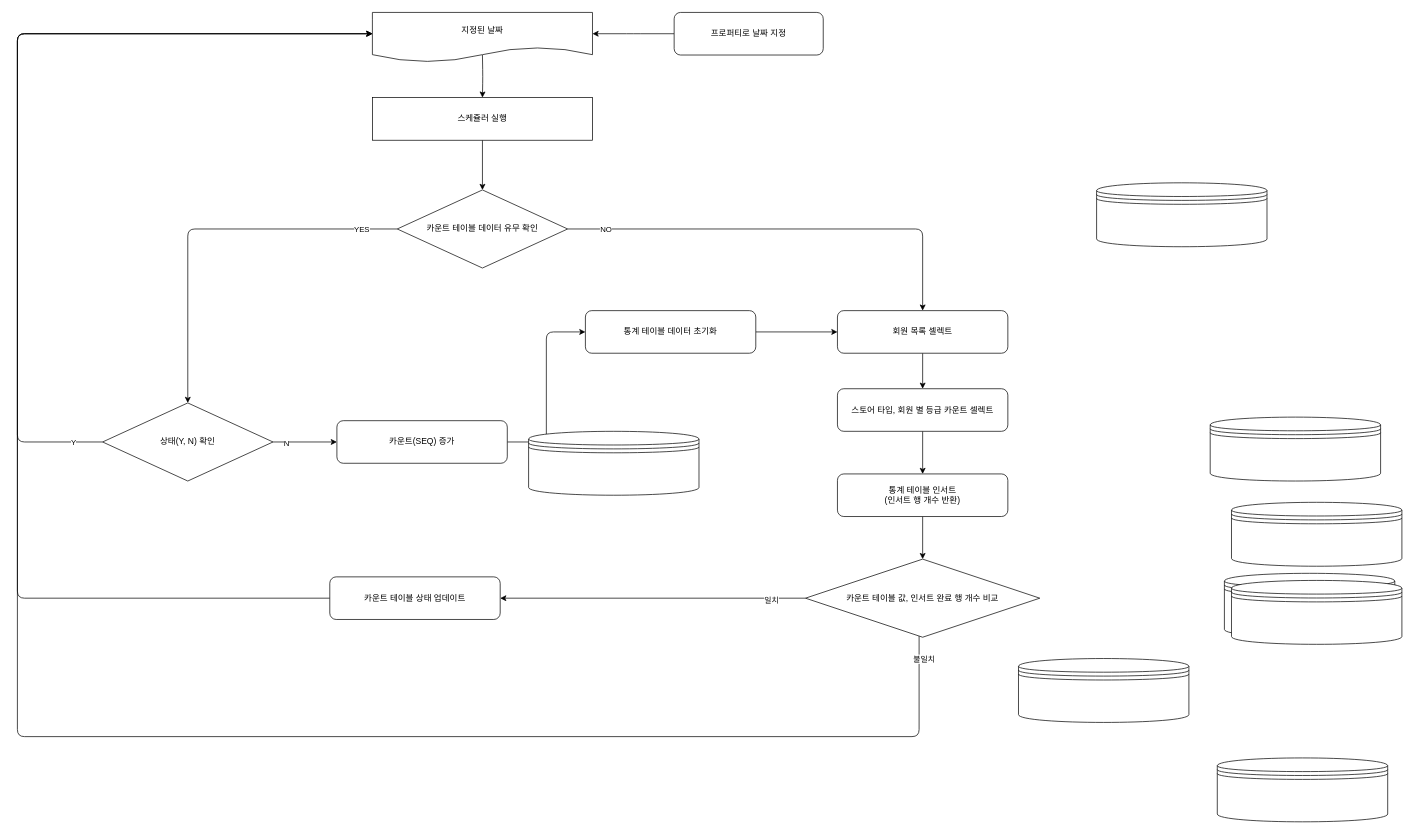
Above: Untitled Diagram.drawio in lchj333/Algorism_practice (draw.io), before the change. Source tidied: cells renumbered, new cells numbered last; positions are measured from the earlier drawing's top-left corner, leaving out a move shared by most shapes. Both pictures are drawn from the tidied source at 71%, with x=0, y=0 at pixel (17, 12).
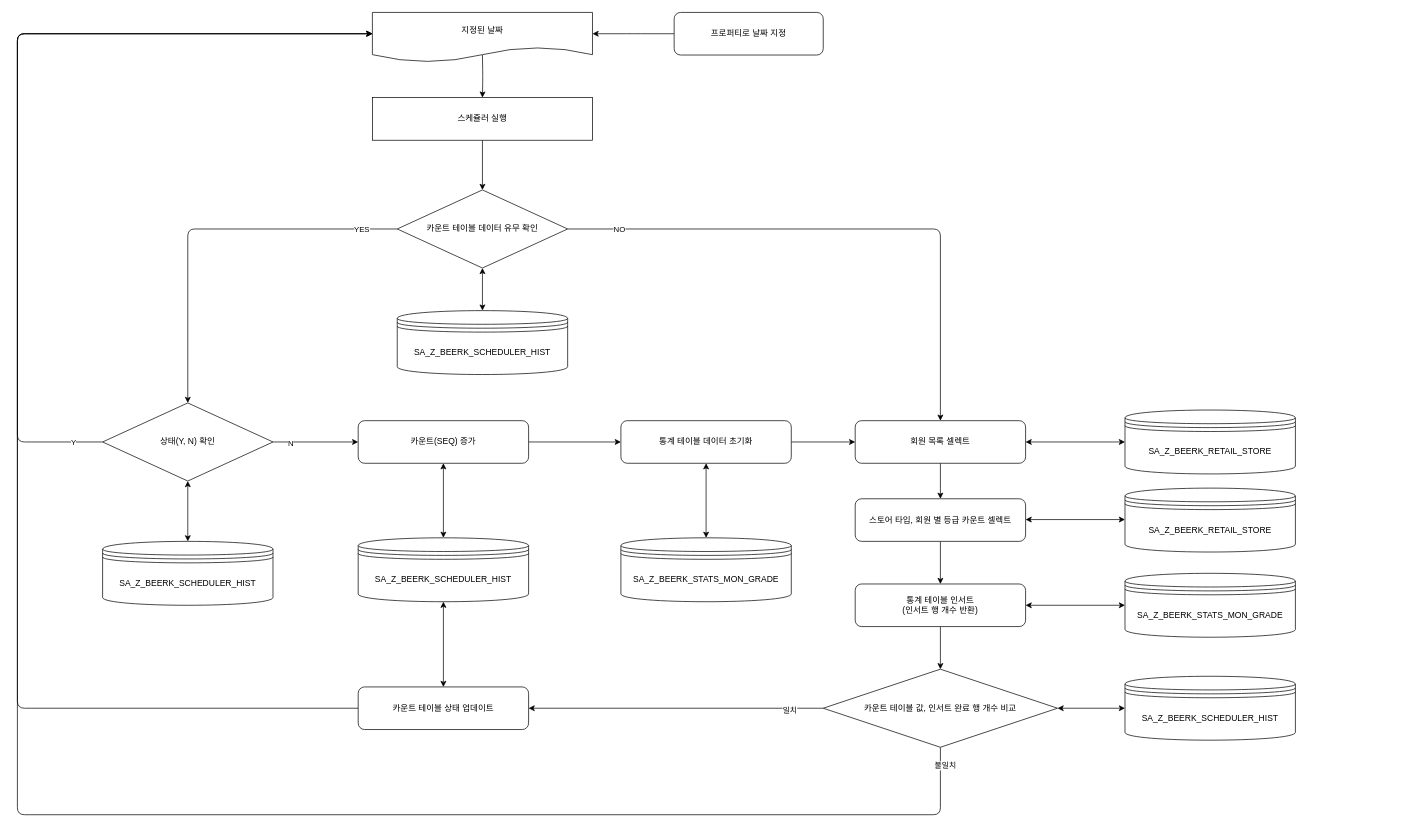
Above is the later version.

The change refers to these unchanged cells:
```xml
<mxCell id="6" value="카운트 테이블 데이터 유무 확인" style="rhombus;whiteSpace=wrap;html=1;rounded=0;sketch=0;" parent="1" vertex="1">
  <mxGeometry x="535" y="250" width="240" height="110" as="geometry" />
</mxCell>
<mxCell id="18" value="상태(Y, N) 확인" style="rhombus;whiteSpace=wrap;html=1;rounded=0;sketch=0;" parent="1" vertex="1">
  <mxGeometry x="120" y="550" width="240" height="110" as="geometry" />
</mxCell>
```

What changed in the source:
```diff
@@
     <mxCell id="13" value="회원 목록 셀렉트" style="rounded=1;whiteSpace=wrap;html=1;sketch=0;" parent="1" vertex="1">
-      <mxGeometry x="1155" y="420" width="240" height="60" as="geometry" />
+      <mxGeometry x="1180" y="575" width="240" height="60" as="geometry" />
     </mxCell>
@@
     <mxCell id="20" value="카운트(SEQ) 증가" style="rounded=1;whiteSpace=wrap;html=1;sketch=0;" parent="1" vertex="1">
-      <mxGeometry x="450" y="575" width="240" height="60" as="geometry" />
+      <mxGeometry x="480" y="575" width="240" height="60" as="geometry" />
     </mxCell>
@@
     <mxCell id="22" value="통계 테이블 데이터 초기화" style="rounded=1;whiteSpace=wrap;html=1;sketch=0;" parent="1" vertex="1">
-      <mxGeometry x="800" y="420" width="240" height="60" as="geometry" />
+      <mxGeometry x="850" y="575" width="240" height="60" as="geometry" />
     </mxCell>
     <mxCell id="23" style="edgeStyle=orthogonalEdgeStyle;curved=0;rounded=1;sketch=0;jettySize=auto;html=1;entryX=0;entryY=0.5;entryDx=0;entryDy=0;" parent="1" edge="1" source="24">
       <mxGeometry relative="1" as="geometry">
         <mxPoint x="500" y="30" as="targetPoint" />
         <Array as="points">
-          <mxPoint y="825" />
+          <mxPoint y="980" />
           <mxPoint y="30" />
         </Array>
       </mxGeometry>
     </mxCell>
     <mxCell id="24" value="카운트 테이블 상태 업데이트" style="rounded=1;whiteSpace=wrap;html=1;sketch=0;" parent="1" vertex="1">
-      <mxGeometry x="440" y="795" width="240" height="60" as="geometry" />
+      <mxGeometry x="480" y="950" width="240" height="60" as="geometry" />
     </mxCell>
@@
     <mxCell id="26" value="통계 테이블 인서트&lt;br&gt;(인서트 행 개수 반환)" style="rounded=1;whiteSpace=wrap;html=1;sketch=0;" parent="1" vertex="1">
-      <mxGeometry x="1155" y="650" width="240" height="60" as="geometry" />
+      <mxGeometry x="1180" y="805" width="240" height="60" as="geometry" />
     </mxCell>
@@
     <mxCell id="28" value="스토어 타입, 회원 별 등급 카운트 셀렉트" style="rounded=1;whiteSpace=wrap;html=1;sketch=0;" parent="1" vertex="1">
-      <mxGeometry x="1155" y="530" width="240" height="60" as="geometry" />
+      <mxGeometry x="1180" y="685" width="240" height="60" as="geometry" />
     </mxCell>
@@
     <mxCell id="31" style="edgeStyle=orthogonalEdgeStyle;curved=0;rounded=1;sketch=0;jettySize=auto;html=1;entryX=0;entryY=0.5;entryDx=0;entryDy=0;" parent="1" edge="1" source="33">
       <mxGeometry relative="1" as="geometry">
         <mxPoint x="500" y="30" as="targetPoint" />
         <Array as="points">
-          <mxPoint x="1270" y="1020" />
-          <mxPoint y="1020" />
+          <mxPoint x="1300" y="1130" />
+          <mxPoint y="1130" />
           <mxPoint y="30" />
         </Array>
       </mxGeometry>
     </mxCell>
     <mxCell id="32" value="불일치" style="edgeLabel;html=1;align=center;verticalAlign=middle;" parent="31" vertex="1">
       <mxGeometry x="-0.76" y="-2" relative="1" as="geometry">
-        <mxPoint x="212.6" y="-108" as="offset" />
+        <mxPoint x="270.7" y="-68" as="offset" />
       </mxGeometry>
     </mxCell>
     <mxCell id="33" value="카운트 테이블 값, 인서트 완료 행 개수 비교" style="rhombus;whiteSpace=wrap;html=1;rounded=0;sketch=0;" parent="1" vertex="1">
-      <mxGeometry x="1110" y="770" width="330" height="110" as="geometry" />
+      <mxGeometry x="1135" y="925" width="330" height="110" as="geometry" />
     </mxCell>
@@
-    <mxCell id="35" style="shape=datastore;whiteSpace=wrap;html=1;rounded=0;sketch=0;" parent="1" vertex="1">
-      <mxGeometry x="1710" y="690" width="240" height="90" as="geometry" />
+    <mxCell id="35" value="SA_Z_BEERK_RETAIL_STORE" style="shape=datastore;whiteSpace=wrap;html=1;rounded=0;sketch=0;" parent="1" vertex="1">
+      <mxGeometry x="1560" y="670" width="240" height="90" as="geometry" />
     </mxCell>
-    <mxCell id="36" style="shape=datastore;whiteSpace=wrap;html=1;rounded=0;sketch=0;" parent="1" vertex="1">
-      <mxGeometry x="1680" y="570" width="240" height="90" as="geometry" />
+    <mxCell id="36" value="SA_Z_BEERK_RETAIL_STORE" style="shape=datastore;whiteSpace=wrap;html=1;rounded=0;sketch=0;" parent="1" vertex="1">
+      <mxGeometry x="1560" y="560" width="240" height="90" as="geometry" />
     </mxCell>
-    <mxCell id="37" style="shape=datastore;whiteSpace=wrap;html=1;rounded=0;sketch=0;" parent="1" vertex="1">
-      <mxGeometry x="1700" y="790" width="240" height="90" as="geometry" />
+    <mxCell id="37" value="&lt;span&gt;SA_Z_BEERK_SCHEDULER_HIST&lt;/span&gt;" style="shape=datastore;whiteSpace=wrap;html=1;rounded=0;sketch=0;" parent="1" vertex="1">
+      <mxGeometry x="1560" y="935" width="240" height="90" as="geometry" />
     </mxCell>
-    <mxCell id="38" style="shape=datastore;whiteSpace=wrap;html=1;rounded=0;sketch=0;" parent="1" vertex="1">
-      <mxGeometry x="1710" y="800" width="240" height="90" as="geometry" />
+    <mxCell id="38" value="SA_Z_BEERK_STATS_MON_GRADE" style="shape=datastore;whiteSpace=wrap;html=1;rounded=0;sketch=0;" parent="1" vertex="1">
+      <mxGeometry x="1560" y="790" width="240" height="90" as="geometry" />
     </mxCell>
-    <mxCell id="39" style="shape=datastore;whiteSpace=wrap;html=1;rounded=0;sketch=0;" parent="1" vertex="1">
-      <mxGeometry x="720" y="590" width="240" height="90" as="geometry" />
+    <mxCell id="39" value="&lt;span&gt;SA_Z_BEERK_SCHEDULER_HIST&lt;/span&gt;" style="shape=datastore;whiteSpace=wrap;html=1;rounded=0;sketch=0;" parent="1" vertex="1">
+      <mxGeometry x="120" y="745" width="240" height="90" as="geometry" />
     </mxCell>
-    <mxCell id="40" style="shape=datastore;whiteSpace=wrap;html=1;rounded=0;sketch=0;" parent="1" vertex="1">
-      <mxGeometry x="1410" y="910" width="240" height="90" as="geometry" />
-    </mxCell>
-    <mxCell id="41" style="shape=datastore;whiteSpace=wrap;html=1;rounded=0;sketch=0;" parent="1" vertex="1">
-      <mxGeometry x="1690" y="1050" width="240" height="90" as="geometry" />
+    <mxCell id="41" value="SA_Z_BEERK_SCHEDULER_HIST" style="shape=datastore;whiteSpace=wrap;html=1;rounded=0;sketch=0;" parent="1" vertex="1">
+      <mxGeometry x="535" y="420" width="240" height="90" as="geometry" />
     </mxCell>
-    <mxCell id="42" style="shape=datastore;whiteSpace=wrap;html=1;rounded=0;sketch=0;" parent="1" vertex="1">
-      <mxGeometry x="1520" y="240" width="240" height="90" as="geometry" />
+    <mxCell id="42" value="SA_Z_BEERK_STATS_MON_GRADE" style="shape=datastore;whiteSpace=wrap;html=1;rounded=0;sketch=0;" parent="1" vertex="1">
+      <mxGeometry x="850" y="740" width="240" height="90" as="geometry" />
     </mxCell>
+    <mxCell id="43" style="endArrow=classic;startArrow=classic;html=1;exitX=0.5;exitY=0;exitDx=0;exitDy=0;entryX=0.5;entryY=1;entryDx=0;entryDy=0;" parent="1" edge="1" source="39" target="18">
+      <mxGeometry relative="1" as="geometry" />
+    </mxCell>
+    <mxCell id="44" style="endArrow=classic;startArrow=classic;html=1;exitX=0.5;exitY=0;exitDx=0;exitDy=0;entryX=0.5;entryY=1;entryDx=0;entryDy=0;" parent="1" edge="1" source="41" target="6">
+      <mxGeometry relative="1" as="geometry" />
+    </mxCell>
+    <mxCell id="45" style="endArrow=classic;startArrow=classic;html=1;exitX=0;exitY=0.5;exitDx=0;exitDy=0;entryX=1;entryY=0.5;entryDx=0;entryDy=0;" parent="1" edge="1" source="36" target="13">
+      <mxGeometry relative="1" as="geometry" />
+    </mxCell>
+    <mxCell id="46" style="endArrow=classic;startArrow=classic;html=1;exitX=0;exitY=0.5;exitDx=0;exitDy=0;entryX=1;entryY=0.5;entryDx=0;entryDy=0;" parent="1" edge="1" source="37" target="33">
+      <mxGeometry relative="1" as="geometry" />
+    </mxCell>
+    <mxCell id="47" style="endArrow=classic;startArrow=classic;html=1;exitX=0;exitY=0.5;exitDx=0;exitDy=0;entryX=1;entryY=0.5;entryDx=0;entryDy=0;" parent="1" edge="1">
+      <mxGeometry relative="1" as="geometry">
+        <mxPoint x="1560" y="714.3" as="sourcePoint" />
+        <mxPoint x="1420" y="714.3" as="targetPoint" />
+      </mxGeometry>
+    </mxCell>
+    <mxCell id="48" style="endArrow=classic;startArrow=classic;html=1;exitX=0;exitY=0.5;exitDx=0;exitDy=0;entryX=1;entryY=0.5;entryDx=0;entryDy=0;" parent="1" edge="1">
+      <mxGeometry relative="1" as="geometry">
+        <mxPoint x="1560" y="835" as="sourcePoint" />
+        <mxPoint x="1420" y="835" as="targetPoint" />
+      </mxGeometry>
+    </mxCell>
+    <mxCell id="49" value="SA_Z_BEERK_SCHEDULER_HIST" style="shape=datastore;whiteSpace=wrap;html=1;rounded=0;sketch=0;" parent="1" vertex="1">
+      <mxGeometry x="480" y="740" width="240" height="90" as="geometry" />
+    </mxCell>
+    <mxCell id="50" style="endArrow=classic;startArrow=classic;html=1;exitX=0.5;exitY=0;exitDx=0;exitDy=0;entryX=0.5;entryY=1;entryDx=0;entryDy=0;" parent="1" edge="1" source="24" target="49">
+      <mxGeometry relative="1" as="geometry" />
+    </mxCell>
+    <mxCell id="51" style="endArrow=classic;startArrow=classic;html=1;entryX=0.5;entryY=1;entryDx=0;entryDy=0;exitX=0.5;exitY=0;exitDx=0;exitDy=0;" parent="1" edge="1" source="49" target="20">
+      <mxGeometry relative="1" as="geometry" />
+    </mxCell>
+    <mxCell id="52" style="endArrow=classic;startArrow=classic;html=1;entryX=0.5;entryY=1;entryDx=0;entryDy=0;exitX=0.5;exitY=0;exitDx=0;exitDy=0;" parent="1" edge="1" source="42" target="22">
+      <mxGeometry relative="1" as="geometry" />
+    </mxCell>
```
